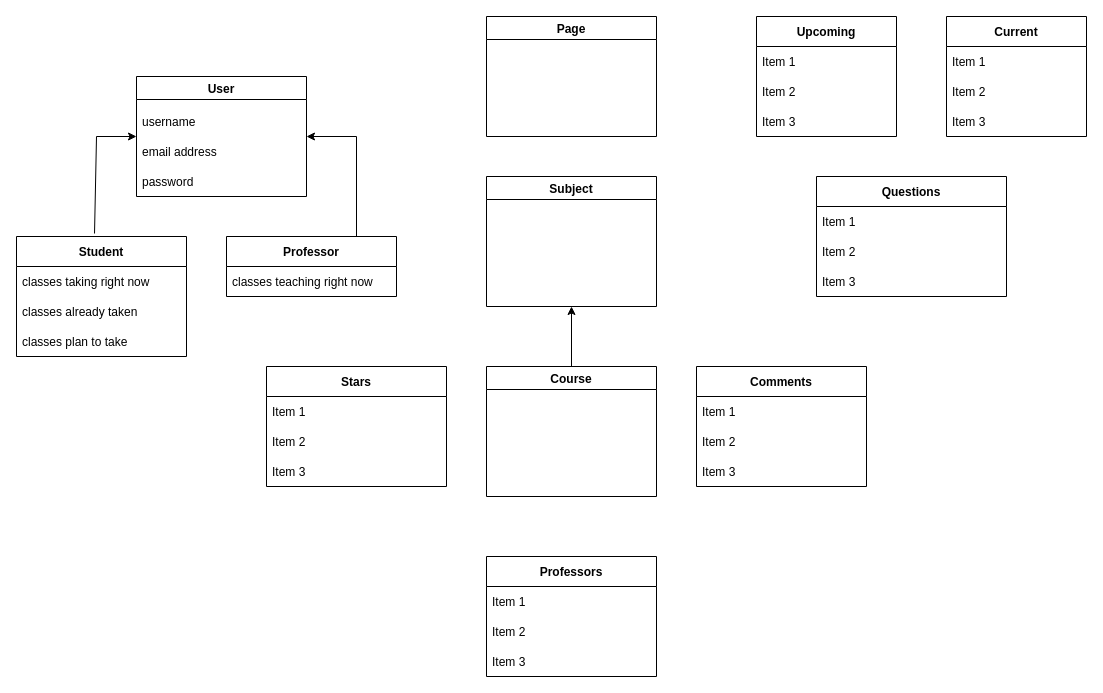
Earlier version of the draw.io diagram Domain Model.drawio (I-Dont-Want-An-F/Project). Source tidied: cells renumbered, new cells numbered last; positions are measured from the earlier drawing's top-left corner, leaving out a move shared by most shapes. Both pictures are drawn from the tidied source at 100%, with x=0, y=0 at pixel (16, 16).
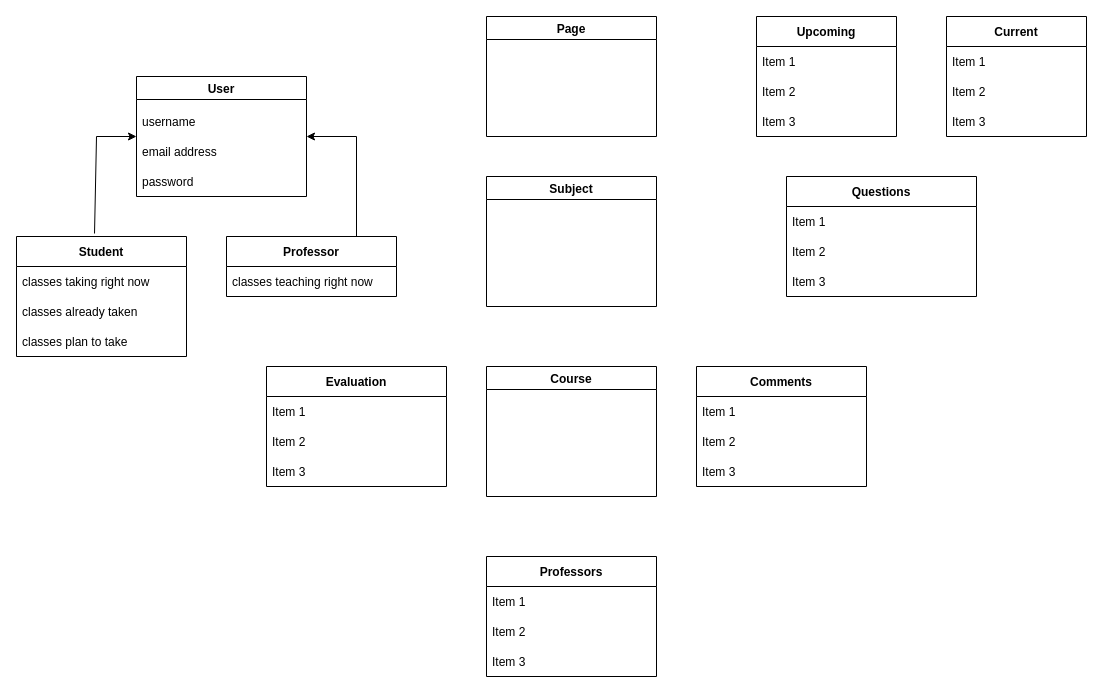
Above is the later version.

The change refers to these unchanged cells:
```xml
<mxCell id="17" value="Subject" style="swimlane;startSize=23;" parent="1" vertex="1">
  <mxGeometry x="470" y="160" width="170" height="130" as="geometry" />
</mxCell>
<mxCell id="22" value="Course" style="swimlane;" parent="1" vertex="1">
  <mxGeometry x="470" y="350" width="170" height="130" as="geometry" />
</mxCell>
```

The edit, as a diff of the source:
```diff
@@
     <mxCell id="23" value="Questions" style="swimlane;fontStyle=1;horizontal=1;startSize=30;" parent="1" vertex="1">
-      <mxGeometry x="800" y="160" width="190" height="120" as="geometry" />
+      <mxGeometry x="770" y="160" width="190" height="120" as="geometry" />
     </mxCell>
@@
-    <mxCell id="35" value="Stars" style="swimlane;fontStyle=1;horizontal=1;startSize=30;" parent="1" vertex="1">
+    <mxCell id="35" value="Evaluation" style="swimlane;fontStyle=1;horizontal=1;startSize=30;" parent="1" vertex="1">
       <mxGeometry x="250" y="350" width="180" height="120" as="geometry" />
     </mxCell>
@@
-    <mxCell id="41" style="endArrow=classic;html=1;rounded=0;entryX=0.5;entryY=1;entryDx=0;entryDy=0;exitX=0.5;exitY=0;exitDx=0;exitDy=0;" parent="1" edge="1" source="22" target="17">
-      <mxGeometry relative="1" as="geometry" />
-    </mxCell>
```
